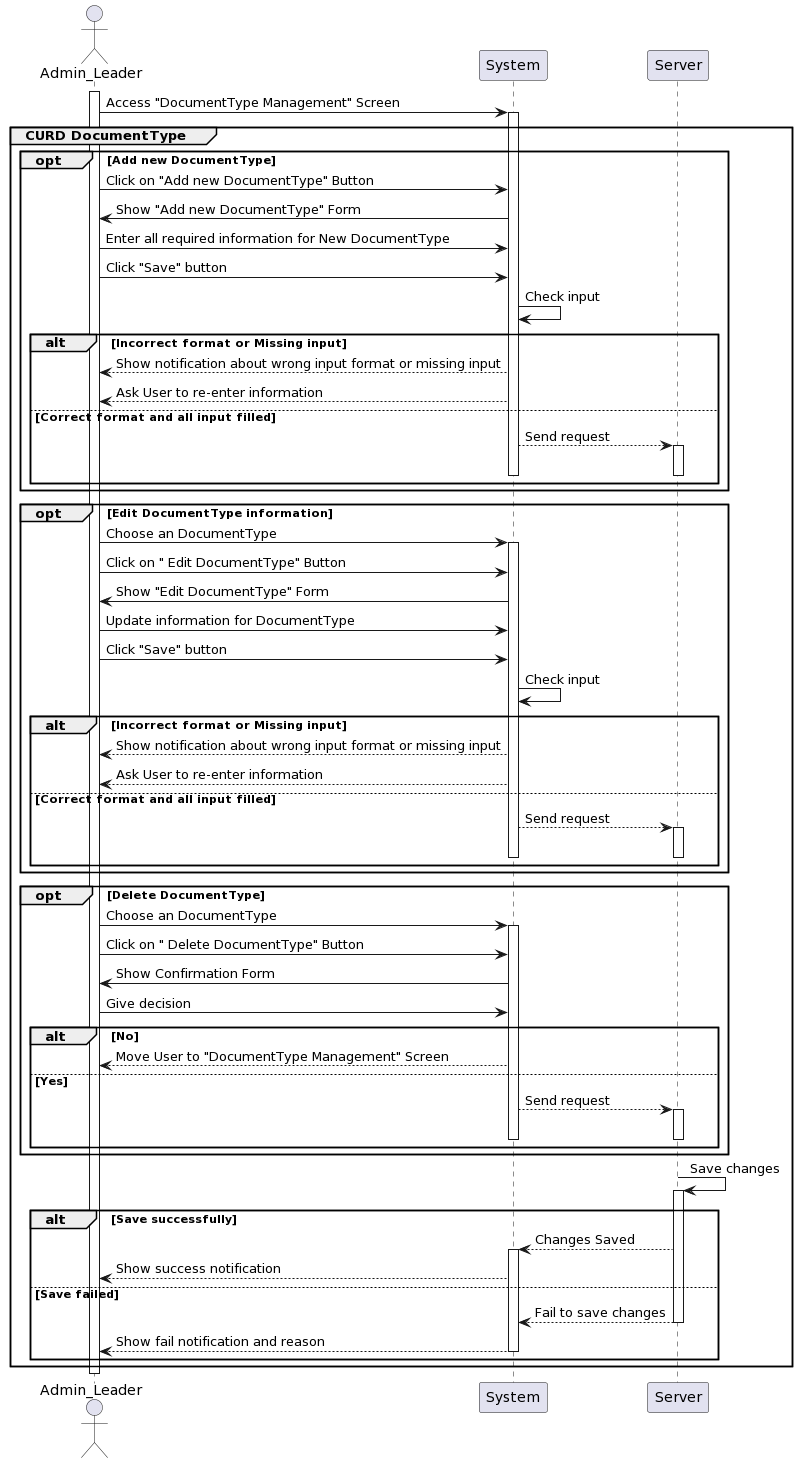
Above: Lab1/Lab1.2/SequenceDiagram/SystemManagement/DocumentTypeManagement/DocumentTypeManagement_SequenceDiagram.png in khoapham1003/SE357-Pratice-class (PlantUML), before the change. Source of this version:
```plantuml
@startuml
actor Admin_Leader as User
participant System
participant Server

activate User
User -> System: Access "DocumentType Management" Screen
activate System

group CURD DocumentType

opt Add new DocumentType
    User -> System: Click on "Add new DocumentType" Button
    System -> User: Show "Add new DocumentType" Form
    User -> System: Enter all required information for New DocumentType
    User -> System: Click "Save" button
    System -> System: Check input
    alt Incorrect format or Missing input
        System --> User: Show notification about wrong input format or missing input
        System --> User: Ask User to re-enter information
    else Correct format and all input filled
       System --> Server: Send request
activate Server
deactivate System
deactivate Server
    end
end

opt Edit DocumentType information

    User -> System: Choose an DocumentType
activate System
    User -> System: Click on " Edit DocumentType" Button
    System -> User: Show "Edit DocumentType" Form
    User -> System: Update information for DocumentType
    User -> System: Click "Save" button
    System -> System: Check input
    alt Incorrect format or Missing input
        System --> User: Show notification about wrong input format or missing input
        System --> User: Ask User to re-enter information
    else Correct format and all input filled
       System --> Server: Send request
activate Server
deactivate System
deactivate Server
    end
end

opt Delete DocumentType
    User -> System: Choose an DocumentType
activate System
    User -> System: Click on " Delete DocumentType" Button
    System -> User: Show Confirmation Form
    User -> System: Give decision
    alt No
        System--> User: Move User to "DocumentType Management" Screen
    else Yes
       System --> Server: Send request
activate Server
deactivate System
deactivate Server
    end
end
    Server -> Server: Save changes
activate Server
    alt Save successfully
        Server --> System: Changes Saved
activate System
        System --> User: Show success notification
    else Save failed
        Server --> System: Fail to save changes
deactivate Server
        System --> User: Show fail notification and reason
deactivate System
    end
end
deactivate Server
deactivate User
@enduml
```
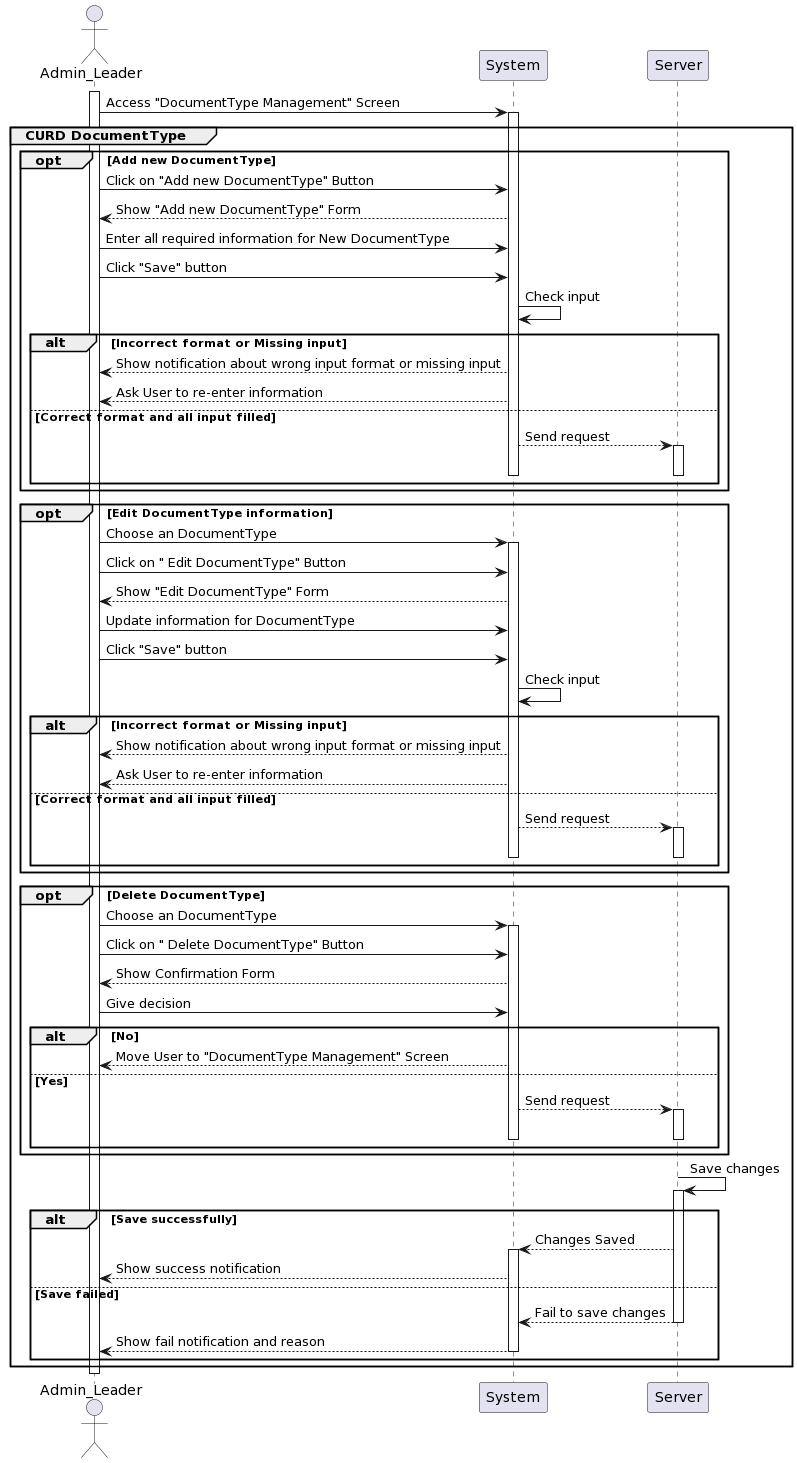
The same file after the commit.

Change to the diagram source:
```diff
@@ -11,7 +11,7 @@
 
 opt Add new DocumentType
     User -> System: Click on "Add new DocumentType" Button
-    System -> User: Show "Add new DocumentType" Form
+    System --> User: Show "Add new DocumentType" Form
     User -> System: Enter all required information for New DocumentType
     User -> System: Click "Save" button
     System -> System: Check input
@@ -31,7 +31,7 @@
     User -> System: Choose an DocumentType
 activate System
     User -> System: Click on " Edit DocumentType" Button
-    System -> User: Show "Edit DocumentType" Form
+    System --> User: Show "Edit DocumentType" Form
     User -> System: Update information for DocumentType
     User -> System: Click "Save" button
     System -> System: Check input
@@ -50,7 +50,7 @@
     User -> System: Choose an DocumentType
 activate System
     User -> System: Click on " Delete DocumentType" Button
-    System -> User: Show Confirmation Form
+    System --> User: Show Confirmation Form
     User -> System: Give decision
     alt No
         System--> User: Move User to "DocumentType Management" Screen
```
